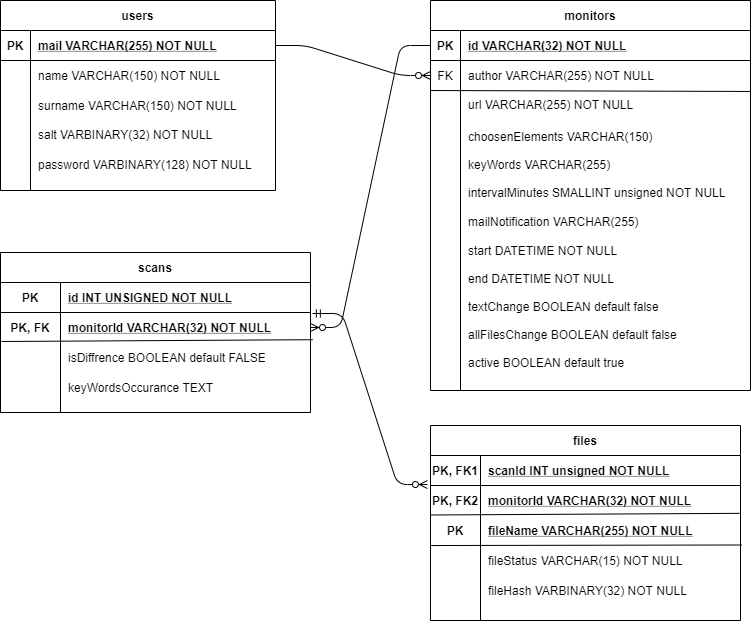
This is pdf/db.png from JanKulbinski/WebsiteMonitor, a draw.io export, as it was before one commit. Source tidied: cells renumbered, new cells last; positions are measured from the earlier drawing's top-left corner, leaving out a move shared by most shapes.
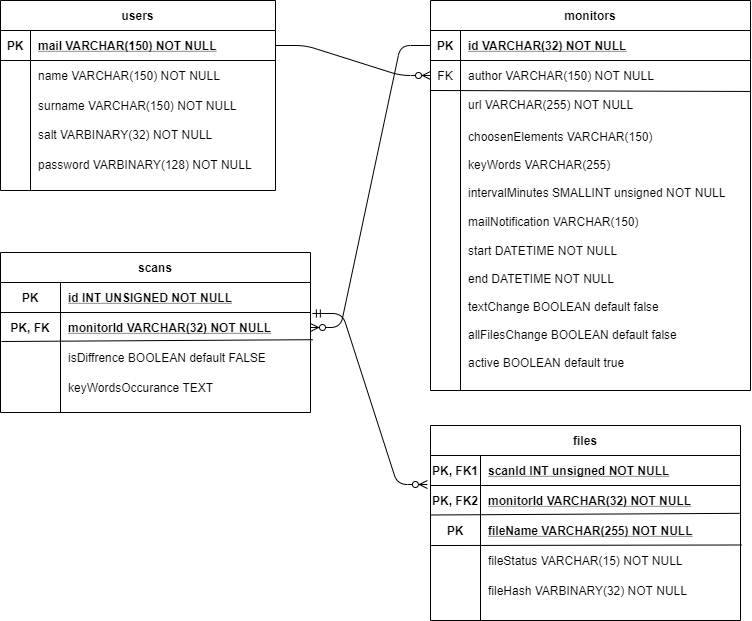
After the commit.

Diff of the diagram source:
```diff
@@ -107,7 +107,7 @@
     <mxCell id="36" value="PK" style="shape=partialRectangle;fillColor=none;top=0;left=0;bottom=0;right=0;fontStyle=1;overflow=hidden;" parent="35" vertex="1">
       <mxGeometry width="30" height="30" as="geometry" />
     </mxCell>
-    <mxCell id="37" value="mail VARCHAR(255) NOT NULL" style="shape=partialRectangle;fillColor=none;top=0;left=0;bottom=0;right=0;align=left;spacingLeft=6;fontStyle=5;overflow=hidden;" parent="35" vertex="1">
+    <mxCell id="37" value="mail VARCHAR(150) NOT NULL" style="shape=partialRectangle;fillColor=none;top=0;left=0;bottom=0;right=0;align=left;spacingLeft=6;fontStyle=5;overflow=hidden;" parent="35" vertex="1">
       <mxGeometry x="30" width="245" height="30" as="geometry" />
     </mxCell>
     <mxCell id="38" style="shape=partialRectangle;fillColor=none;top=0;left=0;bottom=0;right=0;" parent="34" vertex="1">
@@ -167,7 +167,7 @@
     <mxCell id="56" style="shape=partialRectangle;fillColor=none;top=0;left=0;bottom=0;right=0;overflow=hidden;" parent="55" vertex="1">
       <mxGeometry width="30" height="30" as="geometry" />
     </mxCell>
-    <mxCell id="57" value="author VARCHAR(255) NOT NULL" style="shape=partialRectangle;fillColor=none;top=0;left=0;bottom=0;right=0;align=left;spacingLeft=6;overflow=hidden;" parent="55" vertex="1">
+    <mxCell id="57" value="author VARCHAR(150) NOT NULL" style="shape=partialRectangle;fillColor=none;top=0;left=0;bottom=0;right=0;align=left;spacingLeft=6;overflow=hidden;" parent="55" vertex="1">
       <mxGeometry x="30" width="290" height="30" as="geometry" />
     </mxCell>
     <mxCell id="58" style="shape=partialRectangle;fillColor=none;top=0;left=0;bottom=0;right=0;" parent="51" vertex="1">
@@ -215,7 +215,7 @@
     <mxCell id="72" style="edgeStyle=entityRelationEdgeStyle;fontSize=12;html=1;endArrow=ERzeroToMany;endFill=1;entryX=1;entryY=0.5;entryDx=0;entryDy=0;exitX=0;exitY=0.5;exitDx=0;exitDy=0;" parent="1" edge="1" source="52" target="6">
       <mxGeometry relative="1" as="geometry" />
     </mxCell>
-    <mxCell id="73" value="mailNotification VARCHAR(255)" style="shape=partialRectangle;fillColor=none;top=0;left=0;bottom=0;right=0;align=left;spacingLeft=6;overflow=hidden;" parent="1" vertex="1">
+    <mxCell id="73" value="mailNotification VARCHAR(150)" style="shape=partialRectangle;fillColor=none;top=0;left=0;bottom=0;right=0;align=left;spacingLeft=6;overflow=hidden;" parent="1" vertex="1">
       <mxGeometry x="460" y="206" width="290" height="30" as="geometry" />
     </mxCell>
     <mxCell id="74" style="edgeStyle=entityRelationEdgeStyle;fontSize=12;html=1;endArrow=ERzeroToMany;startArrow=ERmandOne;entryX=-0.01;entryY=-0.033;entryDx=0;entryDy=0;entryPerimeter=0;exitX=1.006;exitY=0.033;exitDx=0;exitDy=0;exitPerimeter=0;" parent="1" edge="1" source="6" target="20">
```
